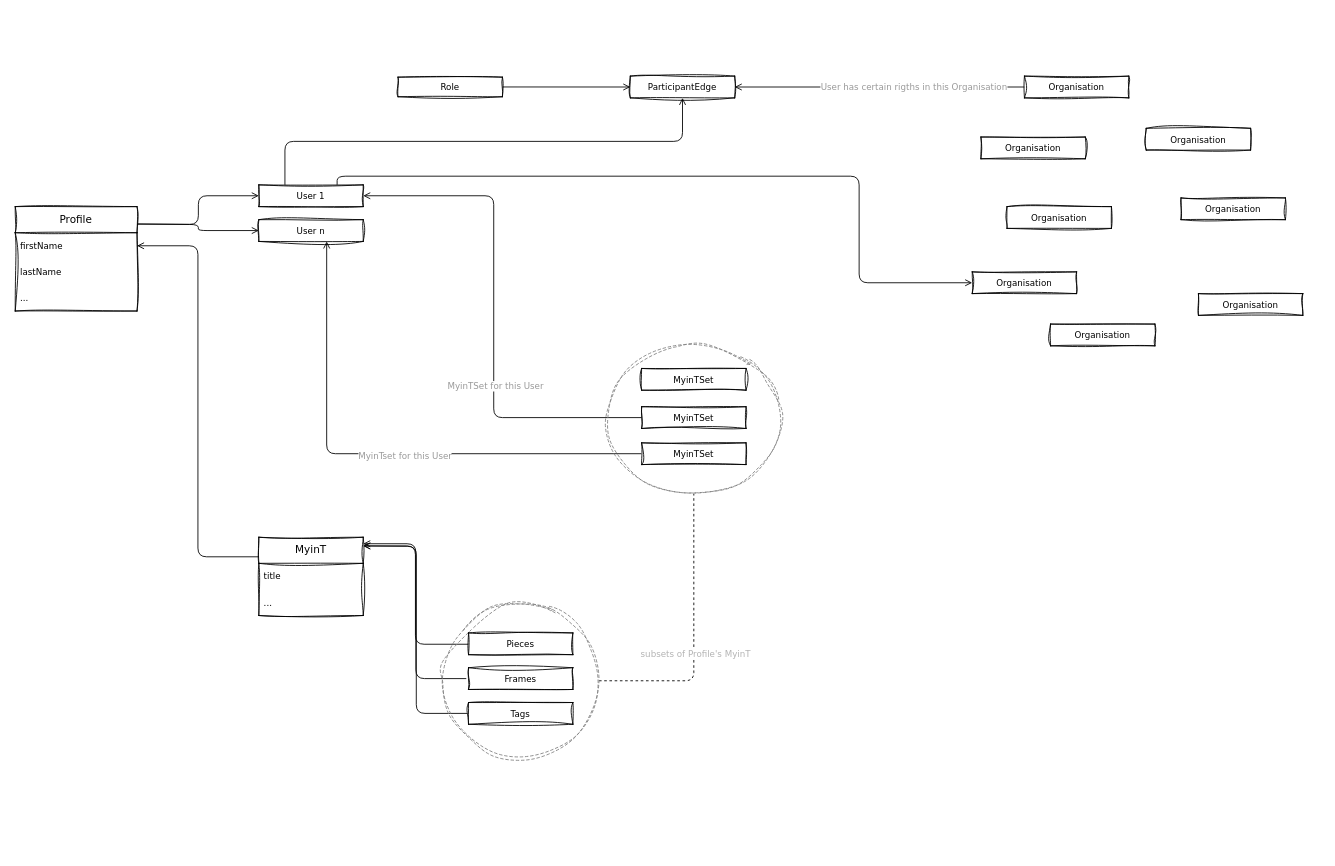
Above: page "Profile-MyinT-User" (3 of 5) of model/users/users.drawio in tealacademy/myint-graphql-api (draw.io), before the change. Source tidied: cells renumbered, new cells numbered last; positions are measured from the earlier drawing's top-left corner, leaving out a move shared by most shapes. Both pictures are drawn from the tidied source at 87%, with x=0, y=0 at pixel (15, 76).
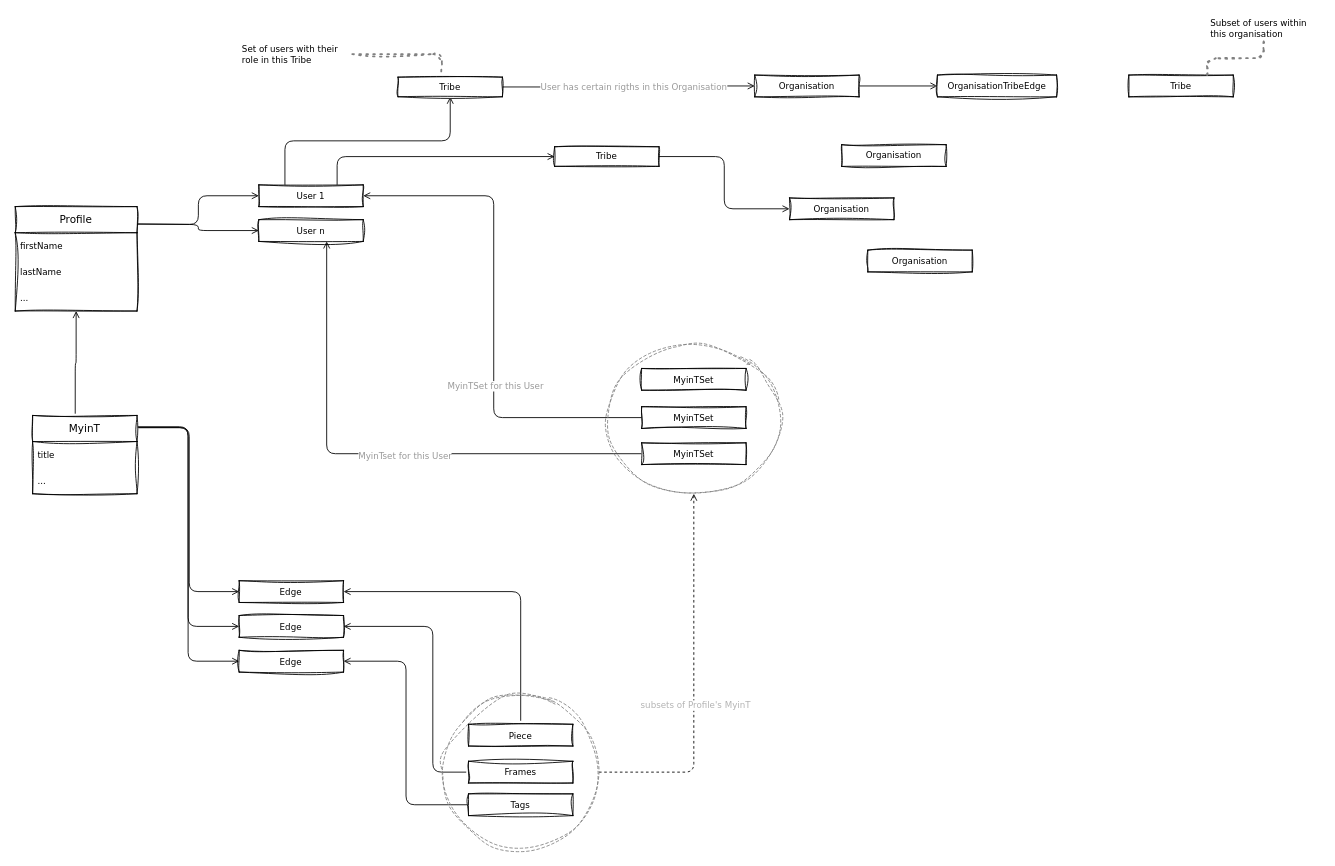
After the change.

Commit message (it also covers changes not shown here):
Update on User-authorisation

The change refers to these unchanged cells:
```xml
<mxCell id="8" value="User 1" style="whiteSpace=wrap;html=1;fontFamily=Verdana;fontStyle=0;startSize=30;sketch=1;hachureGap=4;jiggle=2;curveFitting=1;fontSize=10;" parent="1" vertex="1">
  <mxGeometry x="280" y="125" width="120" height="25" as="geometry" />
</mxCell>
<mxCell id="10" value="Profile" style="swimlane;fontStyle=0;horizontal=1;startSize=30;whiteSpace=wrap;html=1;sketch=1;hachureGap=4;jiggle=2;curveFitting=1;fontFamily=Verdana;fontSize=12;" parent="1" vertex="1">
  <mxGeometry y="150" width="140" height="120" as="geometry" />
</mxCell>
<mxCell id="11" value="firstName" style="text;strokeColor=none;fillColor=none;align=left;verticalAlign=middle;spacingLeft=4;spacingRight=4;overflow=hidden;points=[[0,0.5],[1,0.5]];portConstraint=eastwest;whiteSpace=wrap;html=1;fontSize=10;sketch=1;hachureGap=4;jiggle=2;curveFitting=1;fontFamily=Verdana;" parent="10" vertex="1">
  <mxGeometry y="30" width="140" height="30" as="geometry" />
</mxCell>
<mxCell id="34" style="ellipse;whiteSpace=wrap;html=1;dashed=1;sketch=1;hachureGap=4;jiggle=2;curveFitting=1;fontFamily=Verdana;fontSize=10;fontColor=#999999;fillColor=none;strokeColor=#808080;" parent="33" vertex="1">
  <mxGeometry width="180" height="180" as="geometry" />
</mxCell>
<mxCell id="37" value="Tags" style="whiteSpace=wrap;html=1;fontFamily=Verdana;fontStyle=0;startSize=30;sketch=1;hachureGap=4;jiggle=2;curveFitting=1;fontSize=10;" parent="33" vertex="1">
  <mxGeometry x="30" y="115" width="120" height="25" as="geometry" />
</mxCell>
<mxCell id="39" style="ellipse;whiteSpace=wrap;html=1;dashed=1;sketch=1;hachureGap=4;jiggle=2;curveFitting=1;fontFamily=Verdana;fontSize=10;fontColor=#999999;fillColor=none;strokeColor=#808080;" parent="38" vertex="1">
  <mxGeometry width="200" height="170" as="geometry" />
</mxCell>
```

What changed in the source:
```diff
@@
-    <mxCell id="2" style="edgeStyle=orthogonalEdgeStyle;hachureGap=4;html=1;fontFamily=Verdana;fontSize=12;startArrow=open;startFill=0;endArrow=none;endFill=0;" parent="1" edge="1" target="35">
+    <mxCell id="2" style="edgeStyle=orthogonalEdgeStyle;hachureGap=4;html=1;fontFamily=Verdana;fontSize=12;startArrow=open;startFill=0;endArrow=none;endFill=0;exitX=1;exitY=0.5;exitDx=0;exitDy=0;" parent="1" edge="1" source="56" target="35">
       <mxGeometry relative="1" as="geometry">
-        <mxPoint x="400" y="540" as="sourcePoint" />
         <Array as="points">
-          <mxPoint x="460" y="540" />
-          <mxPoint x="460" y="653" />
+          <mxPoint x="581" y="593" />
         </Array>
       </mxGeometry>
     </mxCell>
     <mxCell id="3" value="MyinT" style="swimlane;fontStyle=0;horizontal=1;startSize=30;whiteSpace=wrap;html=1;sketch=1;hachureGap=4;jiggle=2;curveFitting=1;fontFamily=Verdana;fontSize=12;" parent="1" vertex="1">
-      <mxGeometry x="280" y="530" width="120" height="90" as="geometry" />
+      <mxGeometry x="20" y="390" width="120" height="90" as="geometry" />
     </mxCell>
@@
-    <mxCell id="6" style="edgeStyle=orthogonalEdgeStyle;hachureGap=4;html=1;fontFamily=Verdana;fontSize=12;startArrow=open;startFill=0;endArrow=none;endFill=0;entryX=0;entryY=0.5;entryDx=0;entryDy=0;exitX=1;exitY=0.083;exitDx=0;exitDy=0;exitPerimeter=0;" parent="1" edge="1" source="3" target="36">
-      <mxGeometry relative="1" as="geometry" />
+    <mxCell id="6" style="edgeStyle=orthogonalEdgeStyle;hachureGap=4;html=1;fontFamily=Verdana;fontSize=12;startArrow=open;startFill=0;endArrow=none;endFill=0;entryX=0;entryY=0.5;entryDx=0;entryDy=0;exitX=1;exitY=0.5;exitDx=0;exitDy=0;" parent="1" edge="1" source="57" target="36">
+      <mxGeometry relative="1" as="geometry">
+        <Array as="points">
+          <mxPoint x="480" y="633" />
+          <mxPoint x="480" y="800" />
+        </Array>
+      </mxGeometry>
     </mxCell>
-    <mxCell id="7" style="edgeStyle=orthogonalEdgeStyle;hachureGap=4;html=1;fontFamily=Verdana;fontSize=12;startArrow=none;startFill=0;endArrow=open;endFill=0;exitX=0;exitY=0.25;exitDx=0;exitDy=0;entryX=1;entryY=0.5;entryDx=0;entryDy=0;" parent="1" edge="1" source="3" target="11">
+    <mxCell id="7" style="edgeStyle=orthogonalEdgeStyle;hachureGap=4;html=1;fontFamily=Verdana;fontSize=12;startArrow=none;startFill=0;endArrow=open;endFill=0;exitX=0.408;exitY=-0.022;exitDx=0;exitDy=0;exitPerimeter=0;" parent="1" edge="1" source="3" target="10">
       <mxGeometry relative="1" as="geometry" />
     </mxCell>
@@
+    <mxCell id="48" style="edgeStyle=orthogonalEdgeStyle;sketch=1;hachureGap=4;jiggle=2;curveFitting=1;jumpStyle=arc;html=1;strokeColor=#FFFFFF;fontFamily=Verdana;fontSize=10;fontColor=#3333FF;startArrow=open;startFill=0;endArrow=none;endFill=0;exitX=1;exitY=0.5;exitDx=0;exitDy=0;" parent="1" edge="1" source="44" target="52">
+      <mxGeometry relative="1" as="geometry" />
+    </mxCell>
     <mxCell id="16" value="Organisation" style="whiteSpace=wrap;html=1;fontFamily=Verdana;fontStyle=0;startSize=30;sketch=1;hachureGap=4;jiggle=2;curveFitting=1;fontSize=10;" parent="1" vertex="1">
-      <mxGeometry x="1160" width="120" height="25" as="geometry" />
+      <mxGeometry x="850" y="-1.2" width="120" height="25" as="geometry" />
     </mxCell>
-    <mxCell id="17" value="Organisation" style="whiteSpace=wrap;html=1;fontFamily=Verdana;fontStyle=0;startSize=30;sketch=1;hachureGap=4;jiggle=2;curveFitting=1;fontSize=10;" parent="1" vertex="1">
-      <mxGeometry x="1110" y="70" width="120" height="25" as="geometry" />
-    </mxCell>
-    <mxCell id="18" value="Organisation" style="whiteSpace=wrap;html=1;fontFamily=Verdana;fontStyle=0;startSize=30;sketch=1;hachureGap=4;jiggle=2;curveFitting=1;fontSize=10;" parent="1" vertex="1">
-      <mxGeometry x="1300" y="60" width="120" height="25" as="geometry" />
-    </mxCell>
     <mxCell id="19" value="Organisation" style="whiteSpace=wrap;html=1;fontFamily=Verdana;fontStyle=0;startSize=30;sketch=1;hachureGap=4;jiggle=2;curveFitting=1;fontSize=10;" parent="1" vertex="1">
-      <mxGeometry x="1340" y="140" width="120" height="25" as="geometry" />
+      <mxGeometry x="950" y="78.8" width="120" height="25" as="geometry" />
     </mxCell>
     <mxCell id="20" value="Organisation" style="whiteSpace=wrap;html=1;fontFamily=Verdana;fontStyle=0;startSize=30;sketch=1;hachureGap=4;jiggle=2;curveFitting=1;fontSize=10;" parent="1" vertex="1">
-      <mxGeometry x="1140" y="150" width="120" height="25" as="geometry" />
+      <mxGeometry x="980" y="200" width="120" height="25" as="geometry" />
     </mxCell>
-    <mxCell id="21" style="endArrow=none;html=1;hachureGap=4;fontFamily=Verdana;fontSize=10;entryX=0.5;entryY=1;entryDx=0;entryDy=0;edgeStyle=orthogonalEdgeStyle;exitX=1;exitY=0.5;exitDx=0;exitDy=0;dashed=1;" parent="1" edge="1" source="34" target="39">
+    <mxCell id="21" style="endArrow=open;html=1;hachureGap=4;fontFamily=Verdana;fontSize=10;entryX=0.5;entryY=1;entryDx=0;entryDy=0;edgeStyle=orthogonalEdgeStyle;exitX=1;exitY=0.5;exitDx=0;exitDy=0;dashed=1;startArrow=none;startFill=0;endFill=0;" parent="1" edge="1" source="34" target="39">
       <mxGeometry relative="1" as="geometry" />
     </mxCell>
@@
-    <mxCell id="23" style="edgeStyle=orthogonalEdgeStyle;hachureGap=4;html=1;fontFamily=Verdana;fontSize=12;startArrow=none;startFill=0;endArrow=open;endFill=0;entryX=1;entryY=0.5;entryDx=0;entryDy=0;exitX=0;exitY=0.5;exitDx=0;exitDy=0;" parent="1" edge="1" source="16" target="44">
+    <mxCell id="23" style="edgeStyle=orthogonalEdgeStyle;hachureGap=4;html=1;fontFamily=Verdana;fontSize=12;startArrow=none;startFill=0;endArrow=open;endFill=0;entryX=0;entryY=0.5;entryDx=0;entryDy=0;exitX=1;exitY=0.5;exitDx=0;exitDy=0;" parent="1" edge="1" source="16" target="44">
       <mxGeometry relative="1" as="geometry" />
     </mxCell>
-    <mxCell id="24" value="User has certain rigths in this Organisation" style="edgeLabel;html=1;align=center;verticalAlign=middle;fontSize=10;fontFamily=Verdana;fontColor=#999999;" parent="23" vertex="1">
-      <mxGeometry x="-0.23" y="-1" relative="1" as="geometry" />
-    </mxCell>
     <mxCell id="25" value="Organisation" style="whiteSpace=wrap;html=1;fontFamily=Verdana;fontStyle=0;startSize=30;sketch=1;hachureGap=4;jiggle=2;curveFitting=1;fontSize=10;" parent="1" vertex="1">
-      <mxGeometry x="1100" y="225" width="120" height="25" as="geometry" />
+      <mxGeometry x="890" y="140" width="120" height="25" as="geometry" />
     </mxCell>
-    <mxCell id="26" value="Organisation" style="whiteSpace=wrap;html=1;fontFamily=Verdana;fontStyle=0;startSize=30;sketch=1;hachureGap=4;jiggle=2;curveFitting=1;fontSize=10;" parent="1" vertex="1">
-      <mxGeometry x="1360" y="250" width="120" height="25" as="geometry" />
-    </mxCell>
-    <mxCell id="27" value="Organisation" style="whiteSpace=wrap;html=1;fontFamily=Verdana;fontStyle=0;startSize=30;sketch=1;hachureGap=4;jiggle=2;curveFitting=1;fontSize=10;" parent="1" vertex="1">
-      <mxGeometry x="1190" y="285" width="120" height="25" as="geometry" />
-    </mxCell>
-    <mxCell id="28" style="edgeStyle=orthogonalEdgeStyle;hachureGap=4;html=1;fontFamily=Verdana;fontSize=12;startArrow=open;startFill=0;endArrow=none;endFill=0;entryX=0;entryY=0.5;entryDx=0;entryDy=0;" parent="1" edge="1" target="37">
-      <mxGeometry relative="1" as="geometry">
-        <mxPoint x="400" y="540" as="sourcePoint" />
-      </mxGeometry>
+    <mxCell id="28" style="edgeStyle=orthogonalEdgeStyle;hachureGap=4;html=1;fontFamily=Verdana;fontSize=12;startArrow=open;startFill=0;endArrow=none;endFill=0;entryX=0;entryY=0.5;entryDx=0;entryDy=0;exitX=1;exitY=0.5;exitDx=0;exitDy=0;" parent="1" edge="1" source="58" target="37">
+      <mxGeometry relative="1" as="geometry" />
     </mxCell>
@@
     <mxCell id="33" style="group;" parent="1" vertex="1">
-      <mxGeometry x="491" y="605" width="180" height="180" as="geometry" />
+      <mxGeometry x="491" y="710" width="180" height="180" as="geometry" />
     </mxCell>
@@
-    <mxCell id="35" value="Pieces" style="whiteSpace=wrap;html=1;fontFamily=Verdana;fontStyle=0;startSize=30;sketch=1;hachureGap=4;jiggle=2;curveFitting=1;fontSize=10;" parent="33" vertex="1">
+    <mxCell id="35" value="Piece" style="whiteSpace=wrap;html=1;fontFamily=Verdana;fontStyle=0;startSize=30;sketch=1;hachureGap=4;jiggle=2;curveFitting=1;fontSize=10;" parent="33" vertex="1">
       <mxGeometry x="30" y="35" width="120" height="25" as="geometry" />
     </mxCell>
     <mxCell id="36" value="Frames" style="whiteSpace=wrap;html=1;fontFamily=Verdana;fontStyle=0;startSize=30;sketch=1;hachureGap=4;jiggle=2;curveFitting=1;fontSize=10;" parent="33" vertex="1">
-      <mxGeometry x="30" y="75" width="120" height="25" as="geometry" />
+      <mxGeometry x="30" y="77.5" width="120" height="25" as="geometry" />
     </mxCell>
@@
-    <mxCell id="43" style="edgeStyle=orthogonalEdgeStyle;hachureGap=4;html=1;fontFamily=Verdana;fontSize=12;startArrow=open;startFill=0;endArrow=none;endFill=0;entryX=0.75;entryY=0;entryDx=0;entryDy=0;exitX=0;exitY=0.5;exitDx=0;exitDy=0;" parent="1" edge="1" source="25" target="8">
-      <mxGeometry relative="1" as="geometry">
-        <Array as="points">
-          <mxPoint x="970" y="238" />
-          <mxPoint x="970" y="115" />
-          <mxPoint x="370" y="115" />
-        </Array>
-      </mxGeometry>
+    <mxCell id="43" style="edgeStyle=orthogonalEdgeStyle;hachureGap=4;html=1;fontFamily=Verdana;fontSize=12;startArrow=open;startFill=0;endArrow=none;endFill=0;entryX=1;entryY=0.5;entryDx=0;entryDy=0;exitX=0;exitY=0.5;exitDx=0;exitDy=0;" parent="1" edge="1" source="25" target="53">
+      <mxGeometry relative="1" as="geometry" />
     </mxCell>
-    <mxCell id="44" value="ParticipantEdge" style="whiteSpace=wrap;html=1;fontFamily=Verdana;fontStyle=0;startSize=30;sketch=1;hachureGap=4;jiggle=2;curveFitting=1;fontSize=10;" parent="1" vertex="1">
-      <mxGeometry x="707" width="120" height="25" as="geometry" />
+    <mxCell id="44" value="OrganisationTribeEdge" style="whiteSpace=wrap;html=1;fontFamily=Verdana;fontStyle=0;startSize=30;sketch=1;hachureGap=4;jiggle=2;curveFitting=1;fontSize=10;" parent="1" vertex="1">
+      <mxGeometry x="1060" y="-1.2" width="137" height="25" as="geometry" />
     </mxCell>
-    <mxCell id="45" style="endArrow=open;html=1;sketch=0;hachureGap=4;jiggle=2;curveFitting=1;fontFamily=Verdana;fontSize=10;fontColor=#999999;jumpStyle=arc;entryX=0.5;entryY=1;entryDx=0;entryDy=0;exitX=0.25;exitY=0;exitDx=0;exitDy=0;edgeStyle=orthogonalEdgeStyle;endFill=0;" parent="1" edge="1" source="8" target="44">
+    <mxCell id="45" style="endArrow=open;html=1;sketch=0;hachureGap=4;jiggle=2;curveFitting=1;fontFamily=Verdana;fontSize=10;fontColor=#999999;jumpStyle=arc;entryX=0.5;entryY=1;entryDx=0;entryDy=0;exitX=0.25;exitY=0;exitDx=0;exitDy=0;edgeStyle=orthogonalEdgeStyle;endFill=0;" parent="1" edge="1" source="8" target="47">
       <mxGeometry relative="1" as="geometry" />
     </mxCell>
-    <mxCell id="46" style="edgeStyle=orthogonalEdgeStyle;sketch=0;hachureGap=4;jiggle=2;curveFitting=1;jumpStyle=arc;html=1;fontFamily=Verdana;fontSize=10;fontColor=#999999;startArrow=open;startFill=0;endArrow=none;endFill=0;exitX=0;exitY=0.5;exitDx=0;exitDy=0;entryX=1;entryY=0.5;entryDx=0;entryDy=0;" parent="1" edge="1" source="44" target="47">
+    <mxCell id="46" style="edgeStyle=orthogonalEdgeStyle;sketch=0;hachureGap=4;jiggle=2;curveFitting=1;jumpStyle=arc;html=1;fontFamily=Verdana;fontSize=10;fontColor=#999999;startArrow=open;startFill=0;endArrow=none;endFill=0;exitX=0;exitY=0.5;exitDx=0;exitDy=0;entryX=1;entryY=0.5;entryDx=0;entryDy=0;" parent="1" edge="1" source="16" target="47">
       <mxGeometry relative="1" as="geometry" />
     </mxCell>
+    <mxCell id="24" value="&lt;span style=&quot;color: rgb(153, 153, 153);&quot;&gt;User has certain rigths in this Organisation&lt;/span&gt;" style="edgeLabel;html=1;align=center;verticalAlign=middle;fontSize=10;fontFamily=Verdana;fontColor=#3333FF;" parent="46" vertex="1">
+      <mxGeometry x="-0.22" y="1" relative="1" as="geometry">
+        <mxPoint x="-26" y="-1" as="offset" />
+      </mxGeometry>
+    </mxCell>
-    <mxCell id="47" value="Role" style="whiteSpace=wrap;html=1;fontSize=10;fontFamily=Verdana;fontStyle=0;startSize=30;sketch=1;hachureGap=4;jiggle=2;curveFitting=1;" parent="1" vertex="1">
+    <mxCell id="47" value="Tribe" style="whiteSpace=wrap;html=1;fontSize=10;fontFamily=Verdana;fontStyle=0;startSize=30;sketch=1;hachureGap=4;jiggle=2;curveFitting=1;" parent="1" vertex="1">
       <mxGeometry x="440" y="1.2" width="120" height="22.5" as="geometry" />
     </mxCell>
+    <mxCell id="49" style="endArrow=open;html=1;sketch=0;hachureGap=4;jiggle=2;curveFitting=1;fontFamily=Verdana;fontSize=10;fontColor=#999999;jumpStyle=arc;entryX=0;entryY=0.5;entryDx=0;entryDy=0;exitX=0.75;exitY=0;exitDx=0;exitDy=0;edgeStyle=orthogonalEdgeStyle;endFill=0;" parent="1" edge="1" source="8" target="53">
+      <mxGeometry relative="1" as="geometry" />
+    </mxCell>
+    <mxCell id="50" value="&lt;div style=&quot;&quot;&gt;&lt;font style=&quot;font-size: 10px;&quot;&gt;Set of users with their role in this Tribe&lt;/font&gt;&lt;/div&gt;" style="text;html=1;strokeColor=none;fillColor=none;align=left;verticalAlign=middle;whiteSpace=wrap;rounded=0;sketch=1;hachureGap=4;jiggle=2;curveFitting=1;fontFamily=Verdana;fontSize=10;spacing=4;" parent="1" vertex="1">
+      <mxGeometry x="257.4" y="-40" width="130" height="29.3" as="geometry" />
+    </mxCell>
+    <mxCell id="51" style="endArrow=none;dashed=1;html=1;dashPattern=1 3;strokeWidth=2;sketch=1;hachureGap=4;jiggle=2;curveFitting=1;fontFamily=Verdana;fontSize=16;edgeStyle=orthogonalEdgeStyle;strokeColor=#808080;exitX=1;exitY=0.5;exitDx=0;exitDy=0;" parent="1" edge="1" source="50">
+      <mxGeometry relative="1" as="geometry">
+        <mxPoint x="490" as="targetPoint" />
+      </mxGeometry>
+    </mxCell>
+    <mxCell id="52" value="Tribe" style="whiteSpace=wrap;html=1;fontFamily=Verdana;fontStyle=0;startSize=30;sketch=1;hachureGap=4;jiggle=2;curveFitting=1;fontSize=10;" parent="1" vertex="1">
+      <mxGeometry x="1280" y="-1.2" width="120" height="25" as="geometry" />
+    </mxCell>
+    <mxCell id="53" value="Tribe" style="whiteSpace=wrap;html=1;fontSize=10;fontFamily=Verdana;fontStyle=0;startSize=30;sketch=1;hachureGap=4;jiggle=2;curveFitting=1;" parent="1" vertex="1">
+      <mxGeometry x="620" y="81.2" width="120" height="22.5" as="geometry" />
+    </mxCell>
+    <mxCell id="54" value="&lt;div style=&quot;&quot;&gt;&lt;font style=&quot;font-size: 10px;&quot;&gt;Subset of users within this organisation&lt;/font&gt;&lt;/div&gt;" style="text;html=1;strokeColor=none;fillColor=none;align=left;verticalAlign=middle;whiteSpace=wrap;rounded=0;sketch=1;hachureGap=4;jiggle=2;curveFitting=1;fontFamily=Verdana;fontSize=10;spacing=4;" parent="1" vertex="1">
+      <mxGeometry x="1370" y="-70" width="130" height="30" as="geometry" />
+    </mxCell>
+    <mxCell id="55" style="endArrow=none;dashed=1;html=1;dashPattern=1 3;strokeWidth=2;sketch=1;hachureGap=4;jiggle=2;curveFitting=1;fontFamily=Verdana;fontSize=16;edgeStyle=orthogonalEdgeStyle;strokeColor=#808080;exitX=0.5;exitY=1;exitDx=0;exitDy=0;entryX=0.75;entryY=0;entryDx=0;entryDy=0;" parent="1" edge="1" source="54" target="52">
+      <mxGeometry relative="1" as="geometry" />
+    </mxCell>
+    <mxCell id="56" value="Edge" style="whiteSpace=wrap;html=1;fontFamily=Verdana;fontStyle=0;startSize=30;sketch=1;hachureGap=4;jiggle=2;curveFitting=1;fontSize=10;" parent="1" vertex="1">
+      <mxGeometry x="257.4" y="580" width="120" height="25" as="geometry" />
+    </mxCell>
+    <mxCell id="57" value="Edge" style="whiteSpace=wrap;html=1;fontFamily=Verdana;fontStyle=0;startSize=30;sketch=1;hachureGap=4;jiggle=2;curveFitting=1;fontSize=10;" parent="1" vertex="1">
+      <mxGeometry x="257.4" y="620" width="120" height="25" as="geometry" />
+    </mxCell>
+    <mxCell id="58" value="Edge" style="whiteSpace=wrap;html=1;fontFamily=Verdana;fontStyle=0;startSize=30;sketch=1;hachureGap=4;jiggle=2;curveFitting=1;fontSize=10;" parent="1" vertex="1">
+      <mxGeometry x="257.4" y="660" width="120" height="25" as="geometry" />
+    </mxCell>
+    <mxCell id="59" style="edgeStyle=orthogonalEdgeStyle;hachureGap=4;html=1;fontFamily=Verdana;fontSize=12;startArrow=open;startFill=0;endArrow=none;endFill=0;exitX=0;exitY=0.5;exitDx=0;exitDy=0;entryX=1.017;entryY=0.156;entryDx=0;entryDy=0;entryPerimeter=0;" parent="1" edge="1" source="56" target="3">
+      <mxGeometry relative="1" as="geometry">
+        <Array as="points">
+          <mxPoint x="200" y="593" />
+          <mxPoint x="200" y="404" />
+        </Array>
+      </mxGeometry>
+    </mxCell>
+    <mxCell id="60" style="edgeStyle=orthogonalEdgeStyle;hachureGap=4;html=1;fontFamily=Verdana;fontSize=12;startArrow=open;startFill=0;endArrow=none;endFill=0;exitX=0;exitY=0.5;exitDx=0;exitDy=0;entryX=1.008;entryY=0.144;entryDx=0;entryDy=0;entryPerimeter=0;" parent="1" edge="1" source="57" target="3">
+      <mxGeometry relative="1" as="geometry" />
+    </mxCell>
+    <mxCell id="61" style="edgeStyle=orthogonalEdgeStyle;hachureGap=4;html=1;fontFamily=Verdana;fontSize=12;startArrow=open;startFill=0;endArrow=none;endFill=0;exitX=0;exitY=0.5;exitDx=0;exitDy=0;entryX=1.008;entryY=0.156;entryDx=0;entryDy=0;entryPerimeter=0;" parent="1" edge="1" source="58" target="3">
+      <mxGeometry relative="1" as="geometry" />
+    </mxCell>
```
